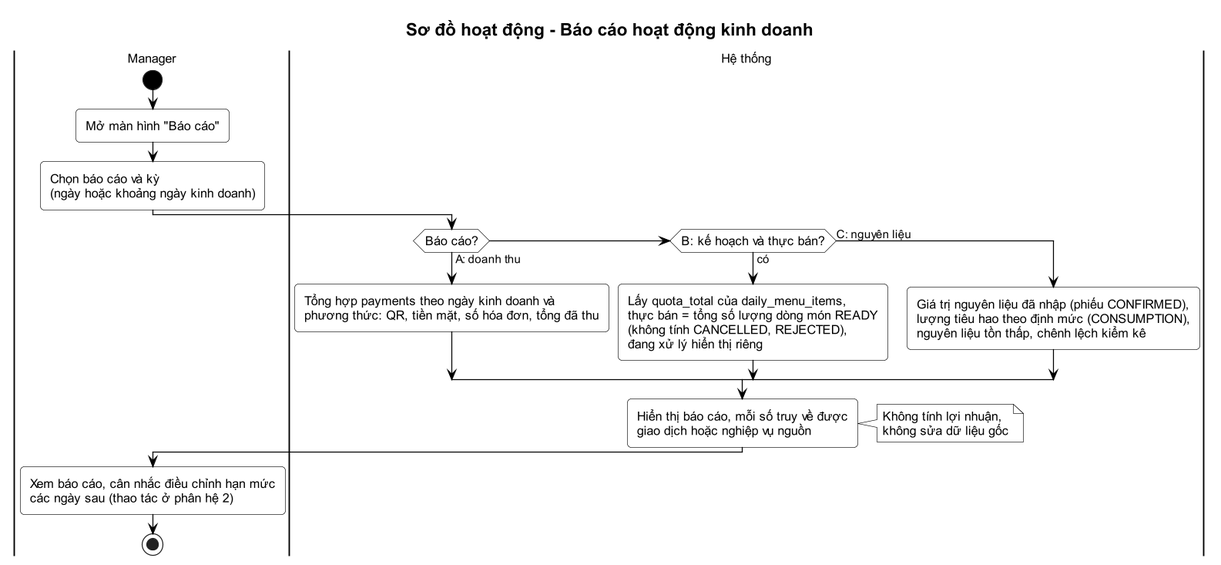
The PlantUML diagram docs/05-quan-ly-tai-chinh/activity-6-bao-cao.png in Anpham120/restaurant-management-system, before a commit. Its diagram source:
```plantuml
@startuml
!include ../_style.puml
title Sơ đồ hoạt động - Báo cáo hoạt động kinh doanh

|Manager|
|Hệ thống|
|Manager|
start
:Mở màn hình "Báo cáo";
:Chọn báo cáo và kỳ\n(ngày hoặc khoảng ngày kinh doanh);
|Hệ thống|
if (Báo cáo?) then (A: doanh thu)
  :Tổng hợp payments theo ngày kinh doanh và\nphương thức: QR, tiền mặt, số hóa đơn, tổng đã thu;
elseif (B: kế hoạch và thực bán?) then (có)
  :Lấy quota_total của daily_menu_items,\nthực bán = tổng số lượng dòng món READY\n(không tính CANCELLED, REJECTED),\nđang xử lý hiển thị riêng;
else (C: nguyên liệu)
  :Giá trị nguyên liệu đã nhập (phiếu CONFIRMED),\nlượng tiêu hao theo định mức (CONSUMPTION),\nnguyên liệu tồn thấp, chênh lệch kiểm kê;
endif
:Hiển thị báo cáo, mỗi số truy về được\ngiao dịch hoặc nghiệp vụ nguồn;
note right: Không tính lợi nhuận,\nkhông sửa dữ liệu gốc
|Manager|
:Xem báo cáo, cân nhắc điều chỉnh hạn mức\ncác ngày sau (thao tác ở phân hệ 2);
stop
@enduml
```
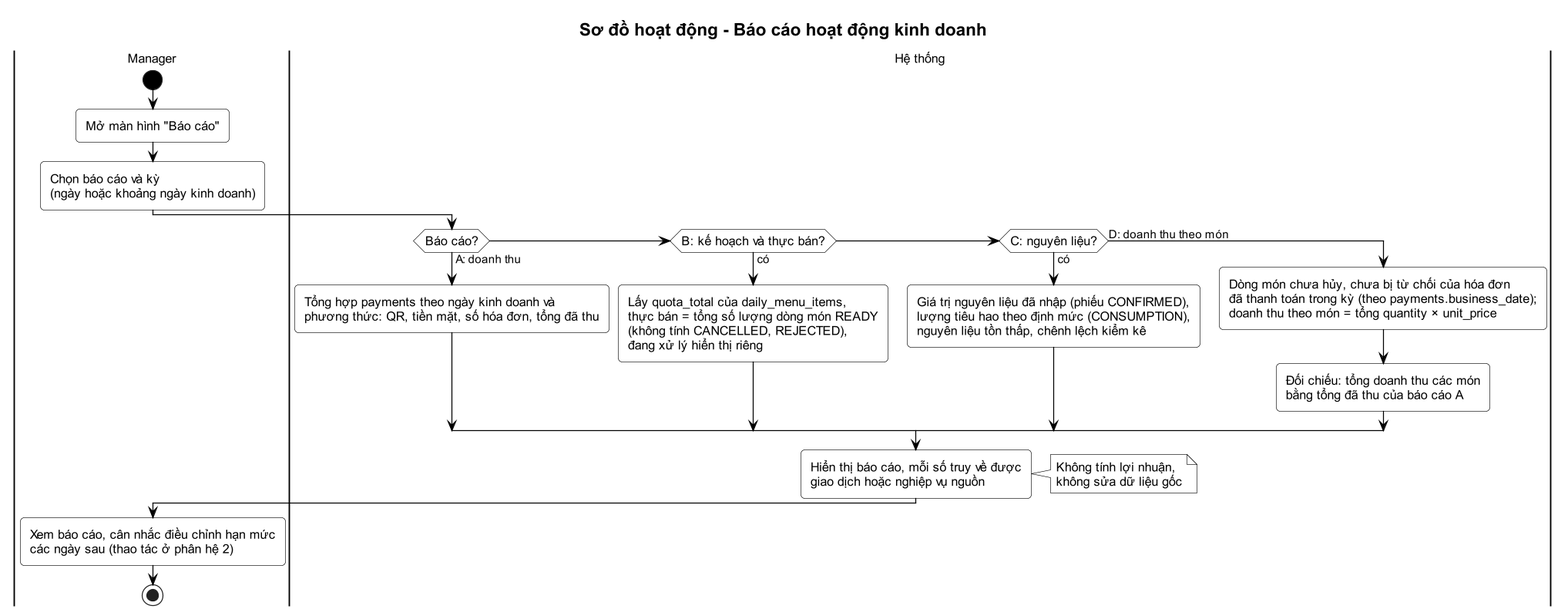
The same diagram one commit later.

Change to the diagram source:
```diff
@@ -13,8 +13,11 @@
   :Tổng hợp payments theo ngày kinh doanh và\nphương thức: QR, tiền mặt, số hóa đơn, tổng đã thu;
 elseif (B: kế hoạch và thực bán?) then (có)
   :Lấy quota_total của daily_menu_items,\nthực bán = tổng số lượng dòng món READY\n(không tính CANCELLED, REJECTED),\nđang xử lý hiển thị riêng;
-else (C: nguyên liệu)
+elseif (C: nguyên liệu?) then (có)
   :Giá trị nguyên liệu đã nhập (phiếu CONFIRMED),\nlượng tiêu hao theo định mức (CONSUMPTION),\nnguyên liệu tồn thấp, chênh lệch kiểm kê;
+else (D: doanh thu theo món)
+  :Dòng món chưa hủy, chưa bị từ chối của hóa đơn\nđã thanh toán trong kỳ (theo payments.business_date);\ndoanh thu theo món = tổng quantity × unit_price;
+  :Đối chiếu: tổng doanh thu các món\nbằng tổng đã thu của báo cáo A;
 endif
 :Hiển thị báo cáo, mỗi số truy về được\ngiao dịch hoặc nghiệp vụ nguồn;
 note right: Không tính lợi nhuận,\nkhông sửa dữ liệu gốc
```
